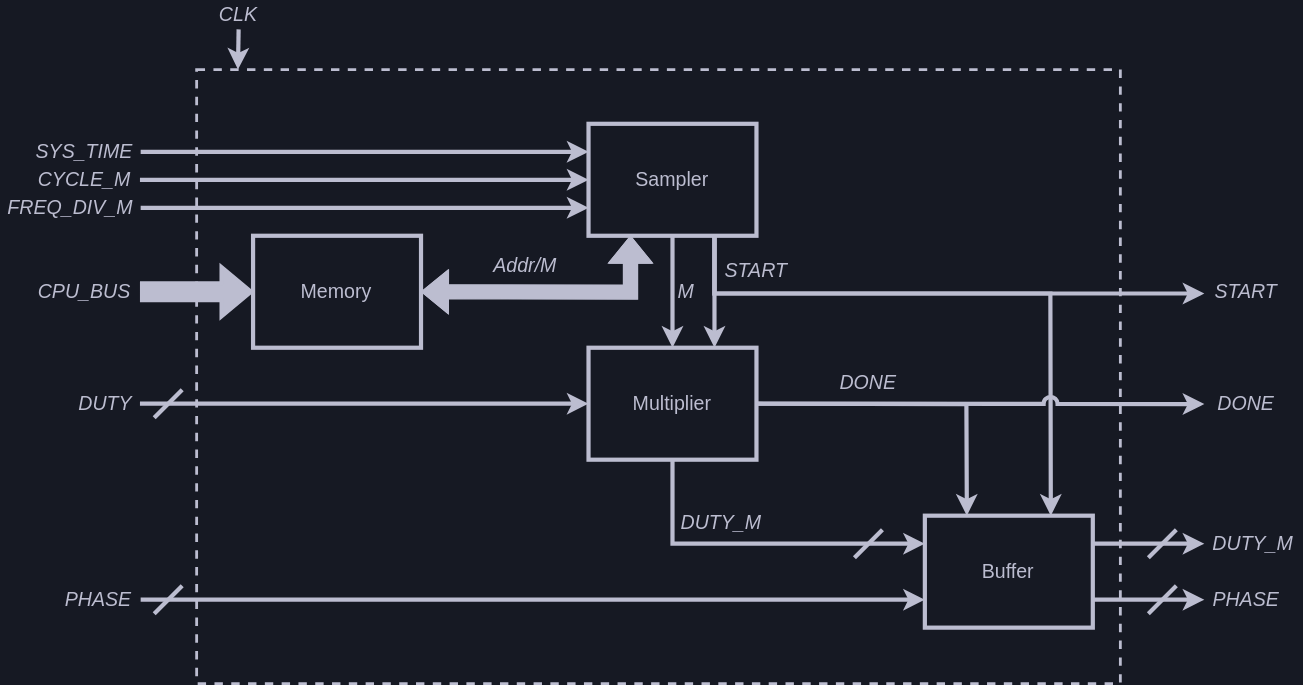
Above: docs/src/figs/modulation/diagram.svg in shinolab/autd3-old-monorepo (draw.io), before the change. Source tidied: cells renumbered, new cells last; positions are measured from the earlier drawing's top-left corner, leaving out a move shared by most shapes.
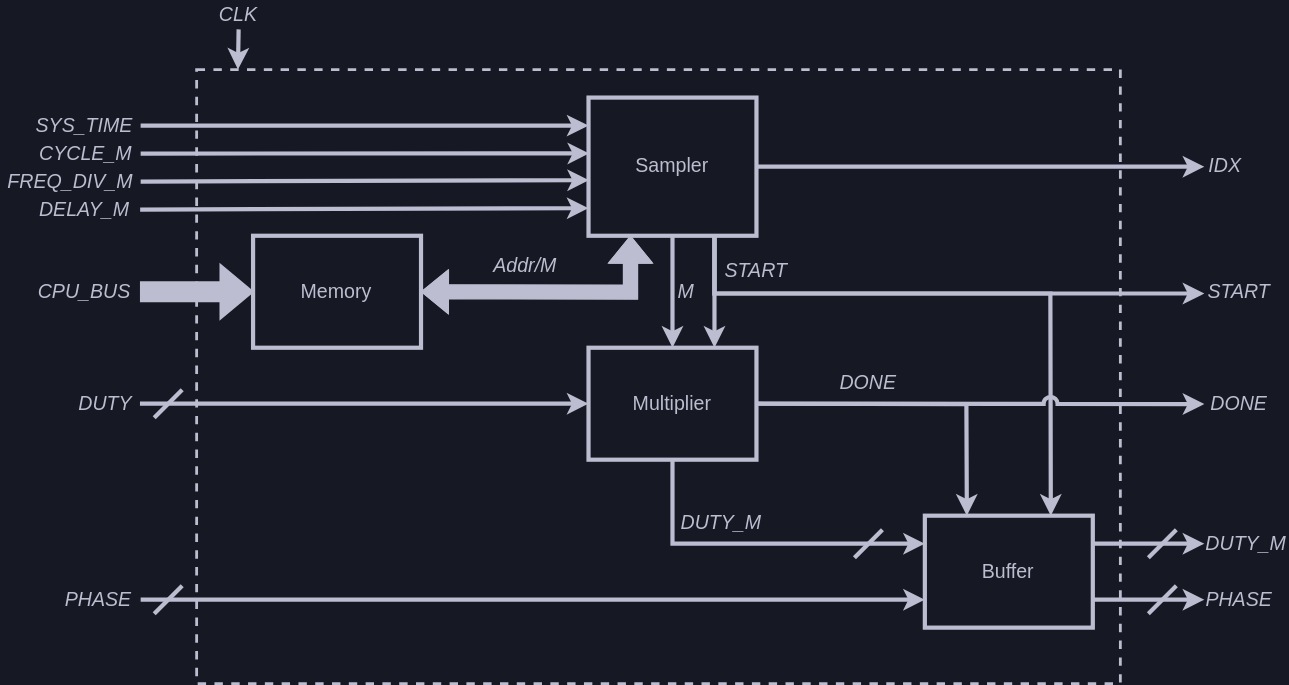
The same diagram one commit later.

Diff of the diagram source:
```diff
@@ -5,24 +5,24 @@
     <mxCell id="2" style="rounded=0;whiteSpace=wrap;html=1;labelBackgroundColor=none;fontSize=14;fontColor=#BCBDD0;strokeColor=#bcbdd0;strokeWidth=2;fillColor=none;dashed=1;" parent="1" vertex="1">
       <mxGeometry x="140" y="49" width="660" height="438.7" as="geometry" />
     </mxCell>
-    <mxCell id="3" style="edgeStyle=none;html=1;exitX=0.5;exitY=1;exitDx=0;exitDy=0;entryX=0;entryY=0.25;entryDx=0;entryDy=0;rounded=0;strokeWidth=3;strokeColor=#BCBDD0;fontSize=14;" parent="1" edge="1" source="4" target="5">
-      <mxGeometry relative="1" as="geometry">
-        <Array as="points">
-          <mxPoint x="480" y="387.7" />
-        </Array>
-      </mxGeometry>
-    </mxCell>
+    <mxCell id="45" style="edgeStyle=none;html=1;exitX=0.5;exitY=1;exitDx=0;exitDy=0;entryX=0;entryY=0.25;entryDx=0;entryDy=0;rounded=0;strokeWidth=3;strokeColor=#BCBDD0;fontSize=14;" parent="1" edge="1" source="4" target="5">
+      <mxGeometry relative="1" as="geometry">
+        <Array as="points">
+          <mxPoint x="480" y="387.7" />
+        </Array>
+      </mxGeometry>
+    </mxCell>
     <mxCell id="4" value="Multiplier" style="rounded=0;whiteSpace=wrap;html=1;fontFamily=Helvetica;fontSize=14;fontColor=#BCBDD0;strokeColor=#BCBDD0;strokeWidth=3;fillColor=none;" parent="1" vertex="1">
       <mxGeometry x="420" y="247.7" width="120" height="80" as="geometry" />
     </mxCell>
     <mxCell id="5" value="&lt;font style=&quot;font-size: 14px;&quot;&gt;Buffer&lt;br style=&quot;font-size: 14px;&quot;&gt;&lt;/font&gt;" style="rounded=0;whiteSpace=wrap;html=1;fontColor=#BCBDD0;labelBackgroundColor=none;fillColor=none;strokeColor=#bcbdd0;strokeWidth=3;fontSize=14;" parent="1" vertex="1">
       <mxGeometry x="660.3" y="367.7" width="120" height="80" as="geometry" />
     </mxCell>
-    <mxCell id="6" style="edgeStyle=none;html=1;exitX=0.5;exitY=1;exitDx=0;exitDy=0;entryX=0.5;entryY=0;entryDx=0;entryDy=0;strokeWidth=3;strokeColor=#BCBDD0;fontSize=14;" parent="1" edge="1" source="7" target="4">
-      <mxGeometry relative="1" as="geometry" />
-    </mxCell>
+    <mxCell id="46" style="edgeStyle=none;html=1;exitX=0.5;exitY=1;exitDx=0;exitDy=0;entryX=0.5;entryY=0;entryDx=0;entryDy=0;strokeWidth=3;strokeColor=#BCBDD0;fontSize=14;" parent="1" edge="1" source="7" target="4">
+      <mxGeometry relative="1" as="geometry" />
+    </mxCell>
     <mxCell id="7" value="Sampler" style="rounded=0;whiteSpace=wrap;html=1;fontFamily=Helvetica;fontSize=14;fontColor=#BCBDD0;strokeColor=#BCBDD0;strokeWidth=3;fillColor=none;" parent="1" vertex="1">
-      <mxGeometry x="420" y="87.7" width="120" height="80" as="geometry" />
+      <mxGeometry x="420" y="69" width="120" height="98.7" as="geometry" />
     </mxCell>
     <mxCell id="8" value="Memory" style="rounded=0;whiteSpace=wrap;html=1;fontFamily=Helvetica;fontSize=14;fontColor=#BCBDD0;strokeColor=#BCBDD0;strokeWidth=3;fillColor=none;" parent="1" vertex="1">
       <mxGeometry x="180.3" y="167.7" width="120" height="80" as="geometry" />
@@ -34,15 +34,15 @@
       <mxGeometry relative="1" as="geometry" />
     </mxCell>
     <mxCell id="11" value="&lt;span style=&quot;font-size: 14px;&quot;&gt;SYS_TIME&lt;/span&gt;" style="text;html=1;strokeColor=none;fillColor=none;align=center;verticalAlign=middle;whiteSpace=wrap;rounded=0;labelBackgroundColor=none;fontSize=14;fontColor=#BCBDD0;fontStyle=2;" parent="1" vertex="1">
-      <mxGeometry x="20" y="87.7" width="80" height="40" as="geometry" />
+      <mxGeometry x="20" y="69" width="80" height="40" as="geometry" />
     </mxCell>
-    <mxCell id="12" style="endArrow=classic;html=1;rounded=0;fontSize=14;fontColor=#BCBDD0;strokeColor=#bcbdd0;strokeWidth=3;exitX=1;exitY=0.5;exitDx=0;exitDy=0;entryX=0;entryY=0.25;entryDx=0;entryDy=0;" parent="1" edge="1" source="11" target="7">
+    <mxCell id="12" style="endArrow=classic;html=1;rounded=0;fontSize=14;fontColor=#BCBDD0;strokeColor=#bcbdd0;strokeWidth=3;exitX=1;exitY=0.5;exitDx=0;exitDy=0;entryX=0;entryY=0.203;entryDx=0;entryDy=0;entryPerimeter=0;" parent="1" edge="1" source="11" target="7">
       <mxGeometry relative="1" as="geometry" />
     </mxCell>
     <mxCell id="13" value="&lt;span style=&quot;font-size: 14px;&quot;&gt;CYCLE_M&lt;/span&gt;" style="text;html=1;strokeColor=none;fillColor=none;align=center;verticalAlign=middle;whiteSpace=wrap;rounded=0;labelBackgroundColor=none;fontSize=14;fontColor=#BCBDD0;fontStyle=2;" parent="1" vertex="1">
-      <mxGeometry x="20" y="107.7" width="79.5" height="40" as="geometry" />
+      <mxGeometry x="20.5" y="89" width="79.5" height="40" as="geometry" />
     </mxCell>
-    <mxCell id="14" style="endArrow=classic;html=1;rounded=0;fontSize=14;fontColor=#BCBDD0;entryX=0;entryY=0.5;entryDx=0;entryDy=0;strokeColor=#bcbdd0;strokeWidth=3;exitX=1;exitY=0.5;exitDx=0;exitDy=0;" parent="1" edge="1" source="13" target="7">
+    <mxCell id="14" style="endArrow=classic;html=1;rounded=0;fontSize=14;fontColor=#BCBDD0;entryX=0.004;entryY=0.404;entryDx=0;entryDy=0;strokeColor=#bcbdd0;strokeWidth=3;exitX=1;exitY=0.5;exitDx=0;exitDy=0;entryPerimeter=0;" parent="1" edge="1" source="13" target="7">
       <mxGeometry relative="1" as="geometry" />
     </mxCell>
     <mxCell id="15" style="shape=flexArrow;endArrow=classic;html=1;rounded=0;labelBackgroundColor=default;fontFamily=Helvetica;fontSize=14;fontColor=#BCBDD0;strokeColor=#BCBDD0;strokeWidth=3;jumpStyle=arc;entryX=0;entryY=0.5;entryDx=0;entryDy=0;fillColor=#BCBDD0;exitX=1;exitY=0.5;exitDx=0;exitDy=0;" parent="1" edge="1" source="20" target="8">
@@ -73,69 +73,69 @@
     <mxCell id="22" value="&lt;i style=&quot;font-size: 14px;&quot;&gt;PHASE&lt;/i&gt;" style="text;html=1;strokeColor=none;fillColor=none;align=center;verticalAlign=middle;whiteSpace=wrap;rounded=0;labelBackgroundColor=none;fontSize=14;fontColor=#BCBDD0;" parent="1" vertex="1">
       <mxGeometry x="40" y="407.7" width="60" height="40" as="geometry" />
     </mxCell>
-    <mxCell id="23" style="endArrow=none;html=1;rounded=1;labelBackgroundColor=default;fontFamily=Helvetica;fontSize=14;fontColor=#BCBDD0;strokeColor=#BCBDD0;strokeWidth=3;shape=connector;" parent="1" edge="1">
-      <mxGeometry relative="1" as="geometry">
-        <mxPoint x="109.7" y="297.7" as="sourcePoint" />
-        <mxPoint x="129.7" y="277.7" as="targetPoint" />
-      </mxGeometry>
-    </mxCell>
-    <mxCell id="24" style="endArrow=none;html=1;rounded=1;labelBackgroundColor=default;fontFamily=Helvetica;fontSize=14;fontColor=#BCBDD0;strokeColor=#BCBDD0;strokeWidth=3;shape=connector;" parent="1" edge="1">
-      <mxGeometry relative="1" as="geometry">
-        <mxPoint x="109.7" y="437.7" as="sourcePoint" />
-        <mxPoint x="129.7" y="417.7" as="targetPoint" />
-      </mxGeometry>
-    </mxCell>
-    <mxCell id="25" style="endArrow=none;html=1;rounded=1;labelBackgroundColor=default;fontFamily=Helvetica;fontSize=14;fontColor=#BCBDD0;strokeColor=#BCBDD0;strokeWidth=3;shape=connector;" parent="1" edge="1">
-      <mxGeometry relative="1" as="geometry">
-        <mxPoint x="610" y="397.7" as="sourcePoint" />
-        <mxPoint x="630" y="377.7" as="targetPoint" />
-      </mxGeometry>
-    </mxCell>
-    <mxCell id="26" style="endArrow=none;html=1;rounded=1;labelBackgroundColor=default;fontFamily=Helvetica;fontSize=14;fontColor=#BCBDD0;strokeColor=#BCBDD0;strokeWidth=3;shape=connector;" parent="1" edge="1">
-      <mxGeometry relative="1" as="geometry">
-        <mxPoint x="820" y="397.7" as="sourcePoint" />
-        <mxPoint x="840" y="377.7" as="targetPoint" />
-      </mxGeometry>
-    </mxCell>
+    <mxCell id="47" style="endArrow=none;html=1;rounded=1;labelBackgroundColor=default;fontFamily=Helvetica;fontSize=14;fontColor=#BCBDD0;strokeColor=#BCBDD0;strokeWidth=3;shape=connector;" parent="1" edge="1">
+      <mxGeometry relative="1" as="geometry">
+        <mxPoint x="109.7" y="297.7" as="sourcePoint" />
+        <mxPoint x="129.7" y="277.7" as="targetPoint" />
+      </mxGeometry>
+    </mxCell>
+    <mxCell id="48" style="endArrow=none;html=1;rounded=1;labelBackgroundColor=default;fontFamily=Helvetica;fontSize=14;fontColor=#BCBDD0;strokeColor=#BCBDD0;strokeWidth=3;shape=connector;" parent="1" edge="1">
+      <mxGeometry relative="1" as="geometry">
+        <mxPoint x="109.7" y="437.7" as="sourcePoint" />
+        <mxPoint x="129.7" y="417.7" as="targetPoint" />
+      </mxGeometry>
+    </mxCell>
+    <mxCell id="49" style="endArrow=none;html=1;rounded=1;labelBackgroundColor=default;fontFamily=Helvetica;fontSize=14;fontColor=#BCBDD0;strokeColor=#BCBDD0;strokeWidth=3;shape=connector;" parent="1" edge="1">
+      <mxGeometry relative="1" as="geometry">
+        <mxPoint x="610" y="397.7" as="sourcePoint" />
+        <mxPoint x="630" y="377.7" as="targetPoint" />
+      </mxGeometry>
+    </mxCell>
+    <mxCell id="50" style="endArrow=none;html=1;rounded=1;labelBackgroundColor=default;fontFamily=Helvetica;fontSize=14;fontColor=#BCBDD0;strokeColor=#BCBDD0;strokeWidth=3;shape=connector;" parent="1" edge="1">
+      <mxGeometry relative="1" as="geometry">
+        <mxPoint x="820" y="397.7" as="sourcePoint" />
+        <mxPoint x="840" y="377.7" as="targetPoint" />
+      </mxGeometry>
+    </mxCell>
     <mxCell id="27" style="endArrow=classic;html=1;rounded=0;labelBackgroundColor=default;fontFamily=Helvetica;fontSize=14;fontColor=#BCBDD0;strokeColor=#BCBDD0;strokeWidth=3;shape=connector;exitX=1;exitY=0.75;exitDx=0;exitDy=0;entryX=0;entryY=0.5;entryDx=0;entryDy=0;" parent="1" edge="1" source="5" target="30">
       <mxGeometry relative="1" as="geometry" />
     </mxCell>
     <mxCell id="28" style="endArrow=classic;html=1;rounded=0;labelBackgroundColor=default;fontFamily=Helvetica;fontSize=14;fontColor=#BCBDD0;strokeColor=#BCBDD0;strokeWidth=3;shape=connector;exitX=1;exitY=0.25;exitDx=0;exitDy=0;entryX=0;entryY=0.5;entryDx=0;entryDy=0;" parent="1" edge="1" source="5" target="31">
       <mxGeometry relative="1" as="geometry" />
     </mxCell>
-    <mxCell id="29" style="endArrow=none;html=1;rounded=1;labelBackgroundColor=default;fontFamily=Helvetica;fontSize=14;fontColor=#BCBDD0;strokeColor=#BCBDD0;strokeWidth=3;shape=connector;" parent="1" edge="1">
-      <mxGeometry relative="1" as="geometry">
-        <mxPoint x="820" y="437.7" as="sourcePoint" />
-        <mxPoint x="840" y="417.7" as="targetPoint" />
-      </mxGeometry>
-    </mxCell>
+    <mxCell id="51" style="endArrow=none;html=1;rounded=1;labelBackgroundColor=default;fontFamily=Helvetica;fontSize=14;fontColor=#BCBDD0;strokeColor=#BCBDD0;strokeWidth=3;shape=connector;" parent="1" edge="1">
+      <mxGeometry relative="1" as="geometry">
+        <mxPoint x="820" y="437.7" as="sourcePoint" />
+        <mxPoint x="840" y="417.7" as="targetPoint" />
+      </mxGeometry>
+    </mxCell>
     <mxCell id="30" value="&lt;i style=&quot;font-size: 14px;&quot;&gt;PHASE&lt;/i&gt;" style="text;html=1;strokeColor=none;fillColor=none;align=center;verticalAlign=middle;whiteSpace=wrap;rounded=0;labelBackgroundColor=none;fontSize=14;fontColor=#BCBDD0;" parent="1" vertex="1">
-      <mxGeometry x="860" y="407.7" width="60" height="40" as="geometry" />
+      <mxGeometry x="860" y="407.7" width="50" height="40" as="geometry" />
     </mxCell>
     <mxCell id="31" value="&lt;i style=&quot;font-size: 14px;&quot;&gt;DUTY_M&lt;/i&gt;" style="text;html=1;strokeColor=none;fillColor=none;align=center;verticalAlign=middle;whiteSpace=wrap;rounded=0;labelBackgroundColor=none;fontSize=14;fontColor=#BCBDD0;" parent="1" vertex="1">
-      <mxGeometry x="860" y="367.7" width="70" height="40" as="geometry" />
+      <mxGeometry x="860" y="367.7" width="60" height="40" as="geometry" />
     </mxCell>
     <mxCell id="32" value="CLK" style="text;html=1;strokeColor=none;fillColor=none;align=center;verticalAlign=middle;whiteSpace=wrap;rounded=0;labelBackgroundColor=none;fontSize=14;fontColor=#BCBDD0;fontStyle=2;" parent="1" vertex="1">
       <mxGeometry x="140" y="0.3" width="60" height="20" as="geometry" />
     </mxCell>
-    <mxCell id="33" style="endArrow=classic;html=1;rounded=0;fontSize=14;fontColor=#BCBDD0;strokeColor=#bcbdd0;strokeWidth=3;entryX=0.093;entryY=-0.003;entryDx=0;entryDy=0;exitX=0.5;exitY=1;exitDx=0;exitDy=0;entryPerimeter=0;" parent="1" edge="1" source="32">
-      <mxGeometry relative="1" as="geometry">
-        <mxPoint x="169.5" y="49" as="targetPoint" />
-      </mxGeometry>
-    </mxCell>
-    <mxCell id="34" style="edgeStyle=none;html=1;exitX=0.75;exitY=1;exitDx=0;exitDy=0;entryX=0.75;entryY=0;entryDx=0;entryDy=0;strokeWidth=3;strokeColor=#BCBDD0;fontSize=14;" parent="1" edge="1" source="7" target="4">
-      <mxGeometry relative="1" as="geometry" />
-    </mxCell>
+    <mxCell id="52" style="endArrow=classic;html=1;rounded=0;fontSize=14;fontColor=#BCBDD0;strokeColor=#bcbdd0;strokeWidth=3;entryX=0.093;entryY=-0.003;entryDx=0;entryDy=0;exitX=0.5;exitY=1;exitDx=0;exitDy=0;entryPerimeter=0;" parent="1" edge="1" source="32">
+      <mxGeometry relative="1" as="geometry">
+        <mxPoint x="169.5" y="49" as="targetPoint" />
+      </mxGeometry>
+    </mxCell>
+    <mxCell id="53" style="edgeStyle=none;html=1;exitX=0.75;exitY=1;exitDx=0;exitDy=0;entryX=0.75;entryY=0;entryDx=0;entryDy=0;strokeWidth=3;strokeColor=#BCBDD0;fontSize=14;" parent="1" edge="1" source="7" target="4">
+      <mxGeometry relative="1" as="geometry" />
+    </mxCell>
     <mxCell id="35" value="&lt;i style=&quot;font-size: 14px;&quot;&gt;START&lt;/i&gt;" style="text;html=1;strokeColor=none;fillColor=none;align=center;verticalAlign=middle;whiteSpace=wrap;rounded=0;labelBackgroundColor=none;fontSize=14;fontColor=#BCBDD0;" parent="1" vertex="1">
       <mxGeometry x="510" y="179" width="60" height="28.7" as="geometry" />
     </mxCell>
-    <mxCell id="36" style="edgeStyle=none;html=1;exitX=1;exitY=0.5;exitDx=0;exitDy=0;entryX=0.25;entryY=0;entryDx=0;entryDy=0;strokeWidth=3;strokeColor=#BCBDD0;rounded=0;fontSize=14;" parent="1" edge="1" source="4" target="5">
-      <mxGeometry relative="1" as="geometry">
-        <Array as="points">
-          <mxPoint x="690" y="288" />
-        </Array>
-      </mxGeometry>
-    </mxCell>
+    <mxCell id="54" style="edgeStyle=none;html=1;exitX=1;exitY=0.5;exitDx=0;exitDy=0;entryX=0.25;entryY=0;entryDx=0;entryDy=0;strokeWidth=3;strokeColor=#BCBDD0;rounded=0;fontSize=14;" parent="1" edge="1" source="4" target="5">
+      <mxGeometry relative="1" as="geometry">
+        <Array as="points">
+          <mxPoint x="690" y="288" />
+        </Array>
+      </mxGeometry>
+    </mxCell>
     <mxCell id="37" value="&lt;i style=&quot;font-size: 14px;&quot;&gt;DONE&lt;/i&gt;" style="text;html=1;strokeColor=none;fillColor=none;align=center;verticalAlign=middle;whiteSpace=wrap;rounded=0;labelBackgroundColor=none;fontSize=14;fontColor=#BCBDD0;" parent="1" vertex="1">
       <mxGeometry x="590" y="259" width="59.7" height="28.7" as="geometry" />
     </mxCell>
@@ -148,35 +148,49 @@
       </mxGeometry>
     </mxCell>
     <mxCell id="39" value="&lt;span style=&quot;font-size: 14px&quot;&gt;FREQ_DIV_M&lt;/span&gt;" style="text;html=1;strokeColor=none;fillColor=none;align=center;verticalAlign=middle;whiteSpace=wrap;rounded=0;labelBackgroundColor=none;fontSize=14;fontColor=#BCBDD0;fontStyle=2;" parent="1" vertex="1">
-      <mxGeometry y="127.7" width="100" height="40" as="geometry" />
+      <mxGeometry y="109" width="100" height="40" as="geometry" />
     </mxCell>
-    <mxCell id="40" style="endArrow=classic;html=1;rounded=0;fontSize=14;fontColor=#BCBDD0;entryX=0;entryY=0.75;entryDx=0;entryDy=0;strokeColor=#bcbdd0;strokeWidth=3;exitX=1;exitY=0.5;exitDx=0;exitDy=0;" parent="1" edge="1" source="39" target="7">
+    <mxCell id="40" style="endArrow=classic;html=1;rounded=0;fontSize=14;fontColor=#BCBDD0;entryX=0.003;entryY=0.598;entryDx=0;entryDy=0;strokeColor=#bcbdd0;strokeWidth=3;exitX=1;exitY=0.5;exitDx=0;exitDy=0;entryPerimeter=0;" parent="1" edge="1" source="39" target="7">
       <mxGeometry relative="1" as="geometry" />
     </mxCell>
-    <mxCell id="41" style="edgeStyle=none;html=1;exitX=0.75;exitY=1;exitDx=0;exitDy=0;strokeWidth=3;strokeColor=#BCBDD0;rounded=0;fontSize=14;" parent="1" edge="1">
-      <mxGeometry relative="1" as="geometry">
-        <mxPoint x="510" y="167.7" as="sourcePoint" />
-        <mxPoint x="860" y="209" as="targetPoint" />
-        <Array as="points">
-          <mxPoint x="510" y="209" />
-          <mxPoint x="750" y="209" />
-        </Array>
-      </mxGeometry>
-    </mxCell>
+    <mxCell id="55" style="edgeStyle=none;html=1;exitX=0.75;exitY=1;exitDx=0;exitDy=0;strokeWidth=3;strokeColor=#BCBDD0;rounded=0;fontSize=14;" parent="1" edge="1">
+      <mxGeometry relative="1" as="geometry">
+        <mxPoint x="510" y="167.7" as="sourcePoint" />
+        <mxPoint x="860" y="209" as="targetPoint" />
+        <Array as="points">
+          <mxPoint x="510" y="209" />
+          <mxPoint x="750" y="209" />
+        </Array>
+      </mxGeometry>
+    </mxCell>
     <mxCell id="42" value="&lt;i style=&quot;font-size: 14px;&quot;&gt;START&lt;/i&gt;" style="text;html=1;strokeColor=none;fillColor=none;align=center;verticalAlign=middle;whiteSpace=wrap;rounded=0;labelBackgroundColor=none;fontSize=14;fontColor=#BCBDD0;" parent="1" vertex="1">
-      <mxGeometry x="860" y="193.4" width="60" height="28.7" as="geometry" />
+      <mxGeometry x="860" y="193.4" width="50" height="28.7" as="geometry" />
     </mxCell>
-    <mxCell id="43" style="edgeStyle=none;html=1;exitX=1;exitY=0.5;exitDx=0;exitDy=0;strokeWidth=3;strokeColor=#BCBDD0;rounded=0;fontSize=14;jumpStyle=arc;" parent="1" edge="1">
-      <mxGeometry relative="1" as="geometry">
-        <mxPoint x="540" y="287.7" as="sourcePoint" />
-        <mxPoint x="860" y="288" as="targetPoint" />
-        <Array as="points">
-          <mxPoint x="690" y="288" />
-        </Array>
-      </mxGeometry>
-    </mxCell>
+    <mxCell id="56" style="edgeStyle=none;html=1;exitX=1;exitY=0.5;exitDx=0;exitDy=0;strokeWidth=3;strokeColor=#BCBDD0;rounded=0;fontSize=14;jumpStyle=arc;" parent="1" edge="1">
+      <mxGeometry relative="1" as="geometry">
+        <mxPoint x="540" y="287.7" as="sourcePoint" />
+        <mxPoint x="860" y="288" as="targetPoint" />
+        <Array as="points">
+          <mxPoint x="690" y="288" />
+        </Array>
+      </mxGeometry>
+    </mxCell>
     <mxCell id="44" value="&lt;i style=&quot;font-size: 14px;&quot;&gt;DONE&lt;/i&gt;" style="text;html=1;strokeColor=none;fillColor=none;align=center;verticalAlign=middle;whiteSpace=wrap;rounded=0;labelBackgroundColor=none;fontSize=14;fontColor=#BCBDD0;" parent="1" vertex="1">
-      <mxGeometry x="860" y="273.4" width="59.7" height="28.7" as="geometry" />
+      <mxGeometry x="860" y="273.4" width="50" height="28.7" as="geometry" />
     </mxCell>
+    <mxCell id="57" style="endArrow=classic;html=1;rounded=0;labelBackgroundColor=default;fontFamily=Helvetica;fontSize=14;fontColor=#BCBDD0;strokeColor=#BCBDD0;strokeWidth=3;shape=connector;exitX=1;exitY=0.5;exitDx=0;exitDy=0;entryX=0;entryY=0.5;entryDx=0;entryDy=0;" parent="1" edge="1" source="7" target="58">
+      <mxGeometry relative="1" as="geometry" />
+    </mxCell>
+    <mxCell id="58" value="&lt;i style=&quot;font-size: 14px&quot;&gt;IDX&lt;/i&gt;" style="text;html=1;strokeColor=none;fillColor=none;align=center;verticalAlign=middle;whiteSpace=wrap;rounded=0;labelBackgroundColor=none;fontSize=14;fontColor=#BCBDD0;" parent="1" vertex="1">
+      <mxGeometry x="860" y="104" width="30.3" height="28.7" as="geometry" />
+    </mxCell>
+    <mxCell id="59" value="&lt;span style=&quot;font-size: 14px&quot;&gt;DELAY_M&lt;/span&gt;" style="text;html=1;strokeColor=none;fillColor=none;align=center;verticalAlign=middle;whiteSpace=wrap;rounded=0;labelBackgroundColor=none;fontSize=14;fontColor=#BCBDD0;fontStyle=2;" parent="1" vertex="1">
+      <mxGeometry x="20" y="129" width="79.6" height="40" as="geometry" />
+    </mxCell>
+    <mxCell id="60" style="endArrow=classic;html=1;rounded=0;fontSize=14;fontColor=#BCBDD0;entryX=0.003;entryY=0.598;entryDx=0;entryDy=0;strokeColor=#bcbdd0;strokeWidth=3;exitX=1;exitY=0.5;exitDx=0;exitDy=0;entryPerimeter=0;" parent="1" edge="1" source="59">
+      <mxGeometry relative="1" as="geometry">
+        <mxPoint x="420" y="148" as="targetPoint" />
+      </mxGeometry>
+    </mxCell>
   </root>
 </mxGraphModel>
```
